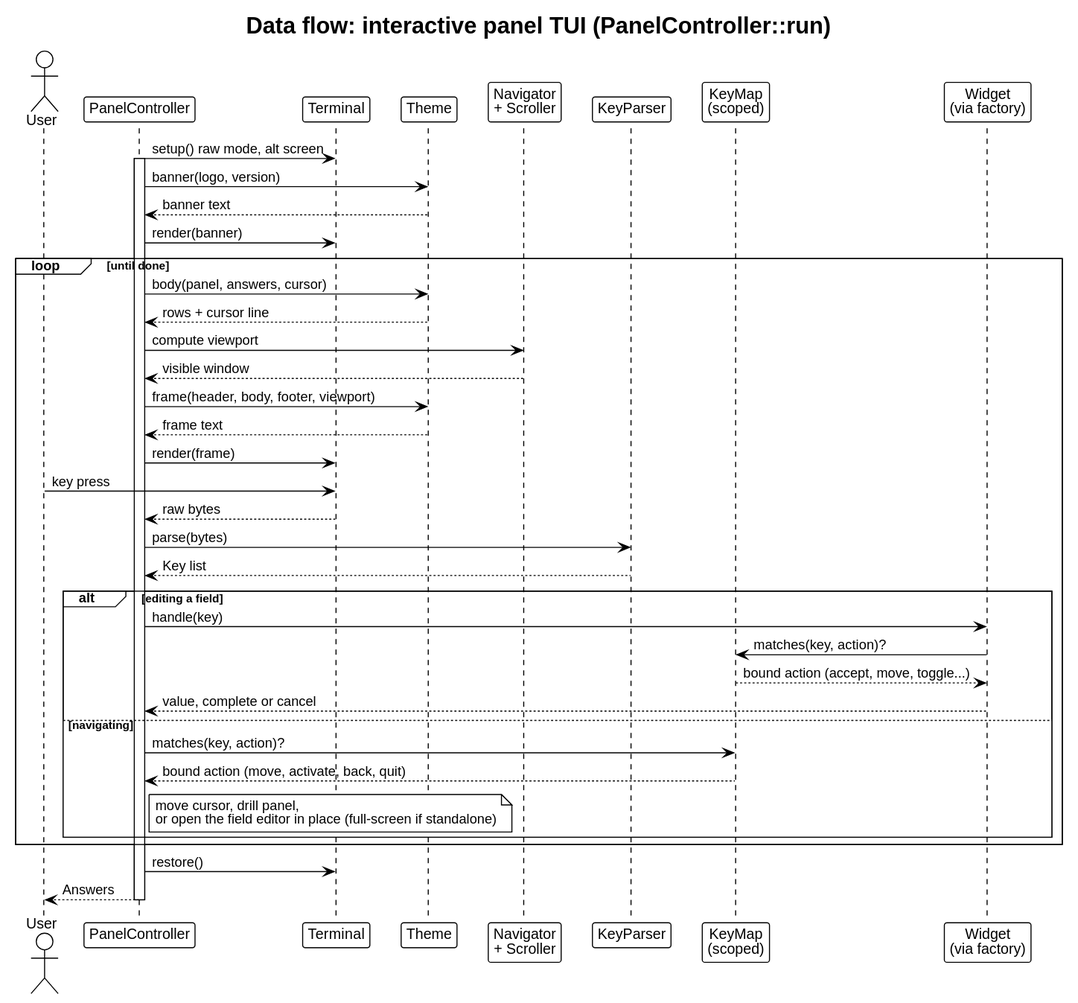
drevops/tui keeps this PlantUML diagram as docs/architecture/dataflow-tui.svg. Above is the earlier version.
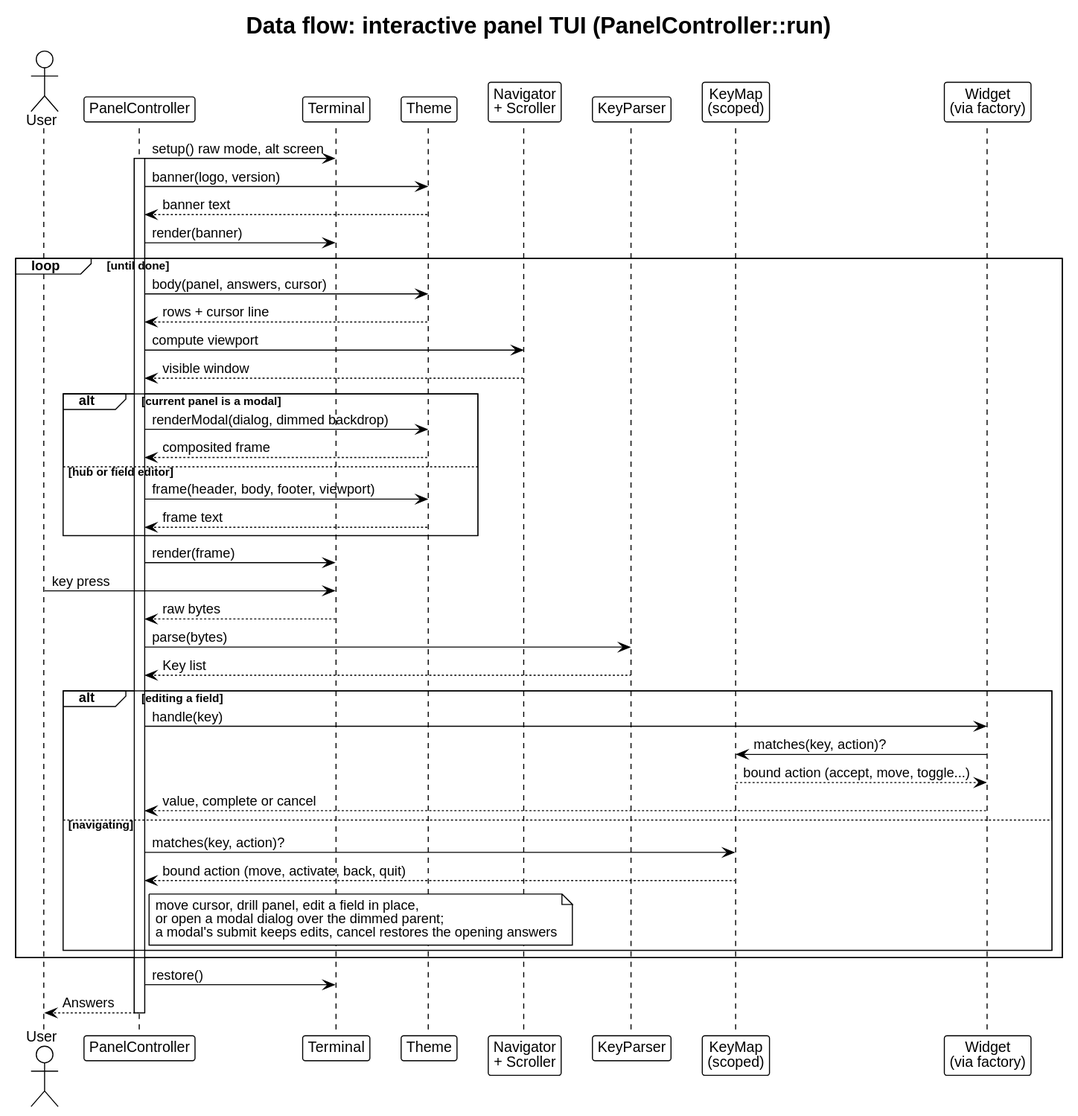
After the commit.

What changed in the source:
```diff
@@ -25,8 +25,13 @@
   Theme --> PC: rows + cursor line
   PC -> Nav: compute viewport
   Nav --> PC: visible window
-  PC -> Theme: frame(header, body, footer, viewport)
-  Theme --> PC: frame text
+  alt current panel is a modal
+    PC -> Theme: renderModal(dialog, dimmed backdrop)
+    Theme --> PC: composited frame
+  else hub or field editor
+    PC -> Theme: frame(header, body, footer, viewport)
+    Theme --> PC: frame text
+  end
   PC -> Term: render(frame)
 
   User -> Term: key press
@@ -42,7 +47,7 @@
   else navigating
     PC -> KM: matches(key, action)?
     KM --> PC: bound action (move, activate, back, quit)
-    note right of PC: move cursor, drill panel,\nor open the field editor in place (full-screen if standalone)
+    note right of PC: move cursor, drill panel, edit a field in place,\nor open a modal dialog over the dimmed parent;\na modal's submit keeps edits, cancel restores the opening answers
   end
 end
 
```
